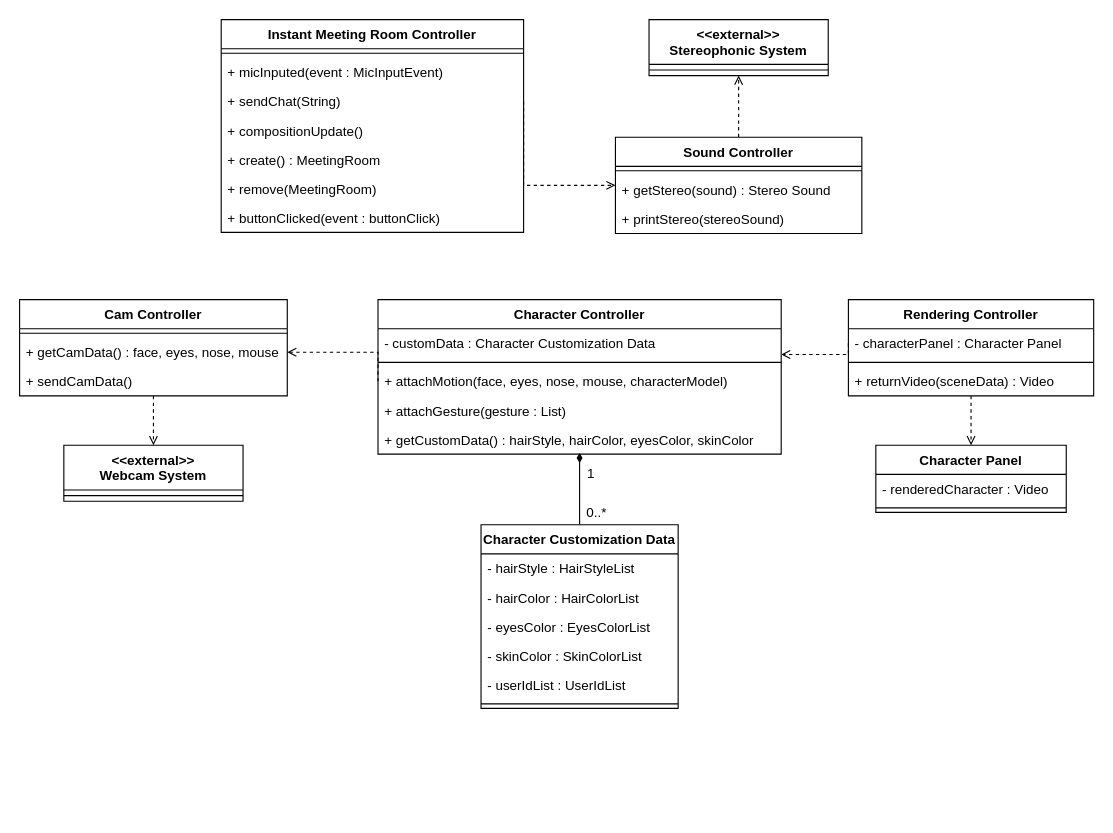
Above: CD7.drawio in ONFFLine/Diagram (draw.io), before the change. Source tidied: cells renumbered, new cells numbered last; positions are measured from the earlier drawing's top-left corner, leaving out a move shared by most shapes. Both pictures are drawn from the tidied source at 112%, with x=0, y=0 at pixel (19, 19).
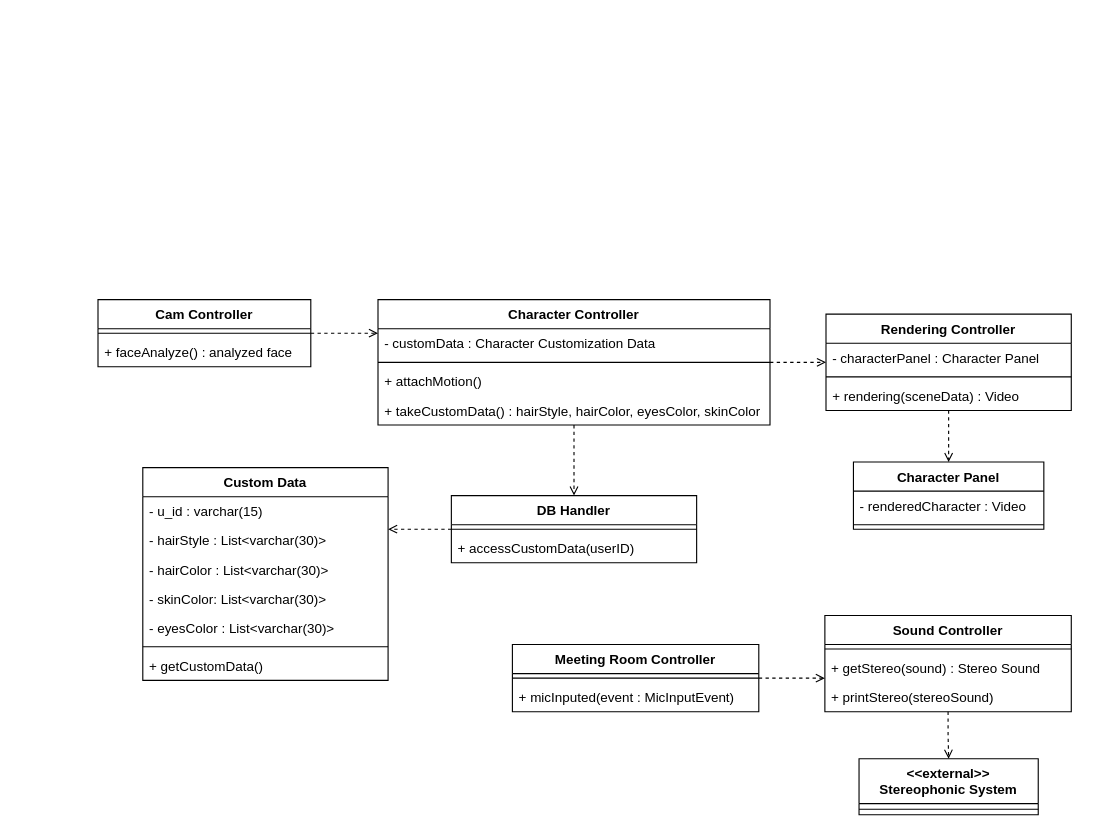
Above is the later version.

Unchanged cells that the change refers to:
```xml
<mxCell id="20" value="- characterPanel : Character Panel" style="text;strokeColor=none;fillColor=none;align=left;verticalAlign=top;spacingLeft=4;spacingRight=4;overflow=hidden;points=[[0,0.5],[1,0.5]];portConstraint=eastwest;" parent="19" vertex="1">
  <mxGeometry y="26" width="219" height="26" as="geometry" />
</mxCell>
```

Change to the diagram source:
```diff
@@
-    <mxCell id="2" style="edgeStyle=orthogonalEdgeStyle;rounded=0;jettySize=auto;html=1;exitX=0.5;exitY=0;exitDx=0;exitDy=0;entryX=0.5;entryY=1;entryDx=0;entryDy=0;dashed=1;endArrow=open;endFill=0;" parent="1" edge="1" source="3" target="7">
+    <mxCell id="2" style="edgeStyle=orthogonalEdgeStyle;rounded=0;jettySize=auto;html=1;dashed=1;endArrow=open;endFill=0;" parent="1" edge="1" source="3" target="7">
       <mxGeometry relative="1" as="geometry" />
     </mxCell>
     <mxCell id="3" value="Sound Controller" style="swimlane;fontStyle=1;align=center;verticalAlign=top;horizontal=1;startSize=26;" parent="1" vertex="1">
-      <mxGeometry x="532" y="105" width="220" height="86" as="geometry" />
+      <mxGeometry x="719" y="532" width="220" height="86" as="geometry" />
     </mxCell>
@@
     <mxCell id="7" value="&lt;&lt;external&gt;&gt;&#10;Stereophonic System" style="swimlane;fontStyle=1;align=center;verticalAlign=top;horizontal=1;startSize=40;" parent="1" vertex="1">
-      <mxGeometry x="562" width="160" height="50" as="geometry" />
+      <mxGeometry x="749.5" y="660" width="160" height="50" as="geometry" />
     </mxCell>
@@
+    <mxCell id="51" style="edgeStyle=orthogonalEdgeStyle;rounded=0;jettySize=auto;html=1;entryX=0.5;entryY=0;entryDx=0;entryDy=0;dashed=1;endArrow=open;endFill=0;" parent="1" edge="1" source="9" target="54">
+      <mxGeometry relative="1" as="geometry" />
+    </mxCell>
+    <mxCell id="52" style="edgeStyle=orthogonalEdgeStyle;rounded=0;jettySize=auto;html=1;dashed=1;endArrow=open;endFill=0;" parent="1" edge="1" source="9" target="19">
+      <mxGeometry relative="1" as="geometry" />
+    </mxCell>
     <mxCell id="9" value="Character Controller" style="swimlane;fontStyle=1;align=center;verticalAlign=top;horizontal=1;startSize=26;" parent="1" vertex="1">
-      <mxGeometry x="320" y="250" width="360" height="138" as="geometry" />
+      <mxGeometry x="320" y="250" width="350" height="112" as="geometry" />
     </mxCell>
     <mxCell id="10" value="- customData : Character Customization Data" style="text;strokeColor=none;fillColor=none;align=left;verticalAlign=top;spacingLeft=4;spacingRight=4;overflow=hidden;" parent="9" vertex="1">
-      <mxGeometry y="26" width="360" height="26" as="geometry" />
+      <mxGeometry y="26" width="350" height="26" as="geometry" />
     </mxCell>
     <mxCell id="11" style="line;strokeWidth=1;fillColor=none;align=left;verticalAlign=middle;spacingTop=-1;spacingLeft=3;spacingRight=3;labelPosition=right;" parent="9" vertex="1">
-      <mxGeometry y="52" width="360" height="8" as="geometry" />
+      <mxGeometry y="52" width="350" height="8" as="geometry" />
     </mxCell>
-    <mxCell id="12" value="+ attachMotion(face, eyes, nose, mouse, characterModel)" style="text;strokeColor=none;fillColor=none;align=left;verticalAlign=top;spacingLeft=4;spacingRight=4;overflow=hidden;points=[[0,0.5],[1,0.5]];portConstraint=eastwest;" parent="9" vertex="1">
-      <mxGeometry y="60" width="360" height="26" as="geometry" />
+    <mxCell id="12" value="+ attachMotion()" style="text;strokeColor=none;fillColor=none;align=left;verticalAlign=top;spacingLeft=4;spacingRight=4;overflow=hidden;points=[[0,0.5],[1,0.5]];portConstraint=eastwest;" parent="9" vertex="1">
+      <mxGeometry y="60" width="350" height="26" as="geometry" />
     </mxCell>
-    <mxCell id="13" value="+ attachGesture(gesture : List)" style="text;strokeColor=none;fillColor=none;align=left;verticalAlign=top;spacingLeft=4;spacingRight=4;overflow=hidden;" parent="9" vertex="1">
-      <mxGeometry y="86" width="360" height="26" as="geometry" />
-    </mxCell>
-    <mxCell id="14" value="+ getCustomData() : hairStyle, hairColor, eyesColor, skinColor" style="text;strokeColor=none;fillColor=none;align=left;verticalAlign=top;spacingLeft=4;spacingRight=4;overflow=hidden;" parent="9" vertex="1">
-      <mxGeometry y="112" width="360" height="26" as="geometry" />
+    <mxCell id="14" value="+ takeCustomData() : hairStyle, hairColor, eyesColor, skinColor" style="text;strokeColor=none;fillColor=none;align=left;verticalAlign=top;spacingLeft=4;spacingRight=4;overflow=hidden;" parent="9" vertex="1">
+      <mxGeometry y="86" width="350" height="26" as="geometry" />
     </mxCell>
     <mxCell id="15" value="Character Panel" style="swimlane;fontStyle=1;align=center;verticalAlign=top;horizontal=1;startSize=26;" parent="1" vertex="1">
-      <mxGeometry x="764.5" y="380" width="170" height="60" as="geometry" />
+      <mxGeometry x="744.5" y="395" width="170" height="60" as="geometry" />
     </mxCell>
@@
     <mxCell id="19" value="Rendering Controller" style="swimlane;fontStyle=1;align=center;verticalAlign=top;horizontal=1;startSize=26;" parent="1" vertex="1">
-      <mxGeometry x="740" y="250" width="219" height="86" as="geometry" />
+      <mxGeometry x="720" y="263" width="219" height="86" as="geometry" />
     </mxCell>
@@
-    <mxCell id="22" value="+ returnVideo(sceneData) : Video" style="text;strokeColor=none;fillColor=none;align=left;verticalAlign=top;spacingLeft=4;spacingRight=4;overflow=hidden;" parent="19" vertex="1">
+    <mxCell id="22" value="+ rendering(sceneData) : Video" style="text;strokeColor=none;fillColor=none;align=left;verticalAlign=top;spacingLeft=4;spacingRight=4;overflow=hidden;" parent="19" vertex="1">
       <mxGeometry y="60" width="219" height="26" as="geometry" />
     </mxCell>
-    <mxCell id="23" style="edgeStyle=orthogonalEdgeStyle;rounded=0;jettySize=auto;html=1;entryX=0.5;entryY=0;entryDx=0;entryDy=0;dashed=1;endArrow=open;endFill=0;" parent="1" edge="1" source="24" target="29">
-      <mxGeometry relative="1" as="geometry" />
-    </mxCell>
-    <mxCell id="24" value="Cam Controller" style="swimlane;fontStyle=1;align=center;verticalAlign=top;horizontal=1;startSize=26;" parent="1" vertex="1">
-      <mxGeometry y="250" width="239" height="86" as="geometry" />
-    </mxCell>
-    <mxCell id="25" style="line;strokeWidth=1;fillColor=none;align=left;verticalAlign=middle;spacingTop=-1;spacingLeft=3;spacingRight=3;labelPosition=right;" parent="24" vertex="1">
-      <mxGeometry y="26" width="239" height="8" as="geometry" />
-    </mxCell>
-    <mxCell id="26" value="+ getCamData() : face, eyes, nose, mouse" style="text;strokeColor=none;fillColor=none;align=left;verticalAlign=top;spacingLeft=4;spacingRight=4;overflow=hidden;points=[[0,0.5],[1,0.5]];portConstraint=eastwest;" parent="24" vertex="1">
-      <mxGeometry y="34" width="239" height="26" as="geometry" />
-    </mxCell>
-    <mxCell id="27" value="+ sendCamData()" style="text;strokeColor=none;fillColor=none;align=left;verticalAlign=top;spacingLeft=4;spacingRight=4;overflow=hidden;" parent="24" vertex="1">
-      <mxGeometry y="60" width="239" height="26" as="geometry" />
-    </mxCell>
-    <mxCell id="28" style="edgeStyle=orthogonalEdgeStyle;rounded=0;jettySize=auto;html=1;dashed=1;endArrow=open;endFill=0;exitX=1;exitY=0.5;exitDx=0;exitDy=0;" parent="1" edge="1" source="46" target="3">
+    <mxCell id="28" style="edgeStyle=orthogonalEdgeStyle;rounded=0;jettySize=auto;html=1;dashed=1;endArrow=open;endFill=0;" parent="1" edge="1" source="43" target="3">
       <mxGeometry relative="1" as="geometry">
         <Array as="points">
-          <mxPoint x="450" y="148" />
+          <mxPoint x="630" y="588" />
         </Array>
       </mxGeometry>
     </mxCell>
-    <mxCell id="29" value="&lt;&lt;external&gt;&gt;&#10;Webcam System" style="swimlane;fontStyle=1;align=center;verticalAlign=top;horizontal=1;startSize=40;" parent="1" vertex="1">
-      <mxGeometry x="39.5" y="380" width="160" height="50" as="geometry" />
-    </mxCell>
-    <mxCell id="30" style="line;strokeWidth=1;fillColor=none;align=left;verticalAlign=middle;spacingTop=-1;spacingLeft=3;spacingRight=3;labelPosition=right;" parent="29" vertex="1">
-      <mxGeometry y="40" width="160" height="10" as="geometry" />
-    </mxCell>
-    <mxCell id="31" style="edgeStyle=orthogonalEdgeStyle;rounded=0;jettySize=auto;html=1;endArrow=diamondThin;endFill=1;" parent="1" edge="1" source="32">
-      <mxGeometry relative="1" as="geometry">
-        <mxPoint x="500" y="396" as="targetPoint" />
-        <Array as="points">
-          <mxPoint x="500" y="391" />
-          <mxPoint x="500" y="391" />
-        </Array>
-      </mxGeometry>
-    </mxCell>
-    <mxCell id="32" value="Character Customization Data" style="swimlane;fontStyle=1;align=center;verticalAlign=top;horizontal=1;startSize=26;" parent="1" vertex="1">
-      <mxGeometry x="412" y="451" width="176" height="164" as="geometry" />
-    </mxCell>
-    <mxCell id="33" value="- hairStyle : HairStyleList" style="text;strokeColor=none;fillColor=none;align=left;verticalAlign=top;spacingLeft=4;spacingRight=4;overflow=hidden;" parent="32" vertex="1">
-      <mxGeometry y="26" width="176" height="26" as="geometry" />
-    </mxCell>
-    <mxCell id="34" value="- hairColor : HairColorList" style="text;strokeColor=none;fillColor=none;align=left;verticalAlign=top;spacingLeft=4;spacingRight=4;overflow=hidden;" parent="32" vertex="1">
-      <mxGeometry y="52" width="176" height="26" as="geometry" />
-    </mxCell>
-    <mxCell id="35" value="- eyesColor : EyesColorList" style="text;strokeColor=none;fillColor=none;align=left;verticalAlign=top;spacingLeft=4;spacingRight=4;overflow=hidden;" parent="32" vertex="1">
-      <mxGeometry y="78" width="176" height="26" as="geometry" />
-    </mxCell>
-    <mxCell id="36" value="- skinColor : SkinColorList" style="text;strokeColor=none;fillColor=none;align=left;verticalAlign=top;spacingLeft=4;spacingRight=4;overflow=hidden;" parent="32" vertex="1">
-      <mxGeometry y="104" width="176" height="26" as="geometry" />
-    </mxCell>
-    <mxCell id="37" value="- userIdList : UserIdList" style="text;strokeColor=none;fillColor=none;align=left;verticalAlign=top;spacingLeft=4;spacingRight=4;overflow=hidden;" parent="32" vertex="1">
-      <mxGeometry y="130" width="176" height="26" as="geometry" />
-    </mxCell>
-    <mxCell id="38" style="line;strokeWidth=1;fillColor=none;align=left;verticalAlign=middle;spacingTop=-1;spacingLeft=3;spacingRight=3;labelPosition=right;" parent="32" vertex="1">
-      <mxGeometry y="156" width="176" height="8" as="geometry" />
-    </mxCell>
-    <mxCell id="39" value="1" style="text;html=1;align=center;verticalAlign=middle;strokeColor=none;" parent="1" vertex="1">
-      <mxGeometry x="500" y="396" width="20" height="20" as="geometry" />
-    </mxCell>
-    <mxCell id="40" value="0..*" style="text;html=1;align=center;verticalAlign=middle;strokeColor=none;" parent="1" vertex="1">
-      <mxGeometry x="500" y="431" width="30" height="20" as="geometry" />
-    </mxCell>
-    <mxCell id="41" style="edgeStyle=orthogonalEdgeStyle;rounded=0;jettySize=auto;html=1;exitX=0;exitY=0.5;exitDx=0;exitDy=0;entryX=1;entryY=0.5;entryDx=0;entryDy=0;dashed=1;endArrow=open;endFill=0;" parent="1" edge="1" source="12" target="26">
-      <mxGeometry relative="1" as="geometry">
-        <Array as="points">
-          <mxPoint x="320" y="297" />
-        </Array>
-      </mxGeometry>
-    </mxCell>
-    <mxCell id="42" style="edgeStyle=orthogonalEdgeStyle;rounded=0;jettySize=auto;html=1;exitX=0;exitY=0.5;exitDx=0;exitDy=0;dashed=1;endArrow=open;endFill=0;" parent="1" edge="1" source="20" target="9">
-      <mxGeometry relative="1" as="geometry">
-        <Array as="points">
-          <mxPoint x="740" y="299" />
-        </Array>
-      </mxGeometry>
-    </mxCell>
-    <mxCell id="43" value="Instant Meeting Room Controller" style="swimlane;fontStyle=1;align=center;verticalAlign=top;horizontal=1;startSize=26;" parent="1" vertex="1">
-      <mxGeometry x="180" width="270" height="190" as="geometry" />
+    <mxCell id="43" value="Meeting Room Controller" style="swimlane;fontStyle=1;align=center;verticalAlign=top;horizontal=1;startSize=26;" parent="1" vertex="1">
+      <mxGeometry x="440" y="558" width="220" height="60" as="geometry" />
     </mxCell>
     <mxCell id="44" style="line;strokeWidth=1;fillColor=none;align=left;verticalAlign=middle;spacingTop=-1;spacingLeft=3;spacingRight=3;labelPosition=right;" parent="43" vertex="1">
-      <mxGeometry y="26" width="270" height="8" as="geometry" />
+      <mxGeometry y="26" width="220" height="8" as="geometry" />
     </mxCell>
     <mxCell id="45" value="+ micInputed(event : MicInputEvent)" style="text;strokeColor=none;fillColor=none;align=left;verticalAlign=top;spacingLeft=4;spacingRight=4;overflow=hidden;" parent="43" vertex="1">
-      <mxGeometry y="34" width="270" height="26" as="geometry" />
+      <mxGeometry y="34" width="220" height="26" as="geometry" />
     </mxCell>
-    <mxCell id="46" value="+ sendChat(String)" style="text;strokeColor=none;fillColor=none;align=left;verticalAlign=top;spacingLeft=4;spacingRight=4;overflow=hidden;points=[[0,0.5],[1,0.5]];portConstraint=eastwest;" parent="43" vertex="1">
-      <mxGeometry y="60" width="270" height="26" as="geometry" />
-    </mxCell>
-    <mxCell id="47" value="+ compositionUpdate()" style="text;strokeColor=none;fillColor=none;align=left;verticalAlign=top;spacingLeft=4;spacingRight=4;overflow=hidden;" parent="43" vertex="1">
-      <mxGeometry y="86" width="270" height="26" as="geometry" />
-    </mxCell>
-    <mxCell id="48" value="+ create() : MeetingRoom" style="text;strokeColor=none;fillColor=none;align=left;verticalAlign=top;spacingLeft=4;spacingRight=4;overflow=hidden;" parent="43" vertex="1">
-      <mxGeometry y="112" width="270" height="26" as="geometry" />
-    </mxCell>
-    <mxCell id="49" value="+ remove(MeetingRoom)" style="text;strokeColor=none;fillColor=none;align=left;verticalAlign=top;spacingLeft=4;spacingRight=4;overflow=hidden;" parent="43" vertex="1">
-      <mxGeometry y="138" width="270" height="26" as="geometry" />
-    </mxCell>
-    <mxCell id="50" value="+ buttonClicked(event : buttonClick)" style="text;strokeColor=none;fillColor=none;align=left;verticalAlign=top;spacingLeft=4;spacingRight=4;overflow=hidden;" parent="43" vertex="1">
-      <mxGeometry y="164" width="270" height="26" as="geometry" />
-    </mxCell>
+    <mxCell id="53" style="edgeStyle=orthogonalEdgeStyle;rounded=0;jettySize=auto;html=1;dashed=1;endArrow=open;endFill=0;" parent="1" edge="1" source="54" target="60">
+      <mxGeometry relative="1" as="geometry">
+        <Array as="points">
+          <mxPoint x="340" y="455" />
+          <mxPoint x="340" y="455" />
+        </Array>
+      </mxGeometry>
+    </mxCell>
+    <mxCell id="54" value="DB Handler" style="swimlane;fontStyle=1;align=center;verticalAlign=top;horizontal=1;startSize=26;" parent="1" vertex="1">
+      <mxGeometry x="385.5" y="425" width="219" height="60" as="geometry" />
+    </mxCell>
+    <mxCell id="55" style="line;strokeWidth=1;fillColor=none;align=left;verticalAlign=middle;spacingTop=-1;spacingLeft=3;spacingRight=3;labelPosition=right;" parent="54" vertex="1">
+      <mxGeometry y="26" width="219" height="8" as="geometry" />
+    </mxCell>
+    <mxCell id="56" value="+ accessCustomData(userID)" style="text;strokeColor=none;fillColor=none;align=left;verticalAlign=top;spacingLeft=4;spacingRight=4;overflow=hidden;" parent="54" vertex="1">
+      <mxGeometry y="34" width="219" height="26" as="geometry" />
+    </mxCell>
+    <mxCell id="57" style="edgeStyle=orthogonalEdgeStyle;rounded=0;jettySize=auto;html=1;dashed=1;endArrow=open;endFill=0;" parent="1" edge="1" source="24" target="9">
+      <mxGeometry relative="1" as="geometry">
+        <Array as="points">
+          <mxPoint x="310" y="280" />
+          <mxPoint x="310" y="280" />
+        </Array>
+      </mxGeometry>
+    </mxCell>
+    <mxCell id="24" value="Cam Controller" style="swimlane;fontStyle=1;align=center;verticalAlign=top;horizontal=1;startSize=26;" parent="1" vertex="1">
+      <mxGeometry x="70" y="250" width="190" height="60" as="geometry" />
+    </mxCell>
+    <mxCell id="58" style="line;strokeWidth=1;fillColor=none;align=left;verticalAlign=middle;spacingTop=-1;spacingLeft=3;spacingRight=3;labelPosition=right;" parent="24" vertex="1">
+      <mxGeometry y="26" width="190" height="8" as="geometry" />
+    </mxCell>
+    <mxCell id="59" value="+ faceAnalyze() : analyzed face" style="text;strokeColor=none;fillColor=none;align=left;verticalAlign=top;spacingLeft=4;spacingRight=4;overflow=hidden;" parent="24" vertex="1">
+      <mxGeometry y="34" width="190" height="26" as="geometry" />
+    </mxCell>
+    <mxCell id="60" value="Custom Data" style="swimlane;fontStyle=1;align=center;verticalAlign=top;horizontal=1;startSize=26;" parent="1" vertex="1">
+      <mxGeometry x="110" y="400" width="219" height="190" as="geometry" />
+    </mxCell>
+    <mxCell id="61" value="- u_id : varchar(15)" style="text;strokeColor=none;fillColor=none;align=left;verticalAlign=top;spacingLeft=4;spacingRight=4;overflow=hidden;" parent="60" vertex="1">
+      <mxGeometry y="26" width="219" height="26" as="geometry" />
+    </mxCell>
+    <mxCell id="62" value="- hairStyle : List&lt;varchar(30)&gt;" style="text;strokeColor=none;fillColor=none;align=left;verticalAlign=top;spacingLeft=4;spacingRight=4;overflow=hidden;" parent="60" vertex="1">
+      <mxGeometry y="52" width="219" height="26" as="geometry" />
+    </mxCell>
+    <mxCell id="63" value="- hairColor : List&lt;varchar(30)&gt;" style="text;strokeColor=none;fillColor=none;align=left;verticalAlign=top;spacingLeft=4;spacingRight=4;overflow=hidden;" parent="60" vertex="1">
+      <mxGeometry y="78" width="219" height="26" as="geometry" />
+    </mxCell>
+    <mxCell id="64" value="- skinColor: List&lt;varchar(30)&gt;" style="text;strokeColor=none;fillColor=none;align=left;verticalAlign=top;spacingLeft=4;spacingRight=4;overflow=hidden;" parent="60" vertex="1">
+      <mxGeometry y="104" width="219" height="26" as="geometry" />
+    </mxCell>
+    <mxCell id="65" value="- eyesColor : List&lt;varchar(30)&gt;" style="text;strokeColor=none;fillColor=none;align=left;verticalAlign=top;spacingLeft=4;spacingRight=4;overflow=hidden;" parent="60" vertex="1">
+      <mxGeometry y="130" width="219" height="26" as="geometry" />
+    </mxCell>
+    <mxCell id="66" style="line;strokeWidth=1;fillColor=none;align=left;verticalAlign=middle;spacingTop=-1;spacingLeft=3;spacingRight=3;labelPosition=right;" parent="60" vertex="1">
+      <mxGeometry y="156" width="219" height="8" as="geometry" />
+    </mxCell>
+    <mxCell id="67" value="+ getCustomData()" style="text;strokeColor=none;fillColor=none;align=left;verticalAlign=top;spacingLeft=4;spacingRight=4;overflow=hidden;" parent="60" vertex="1">
+      <mxGeometry y="164" width="219" height="26" as="geometry" />
+    </mxCell>
```
